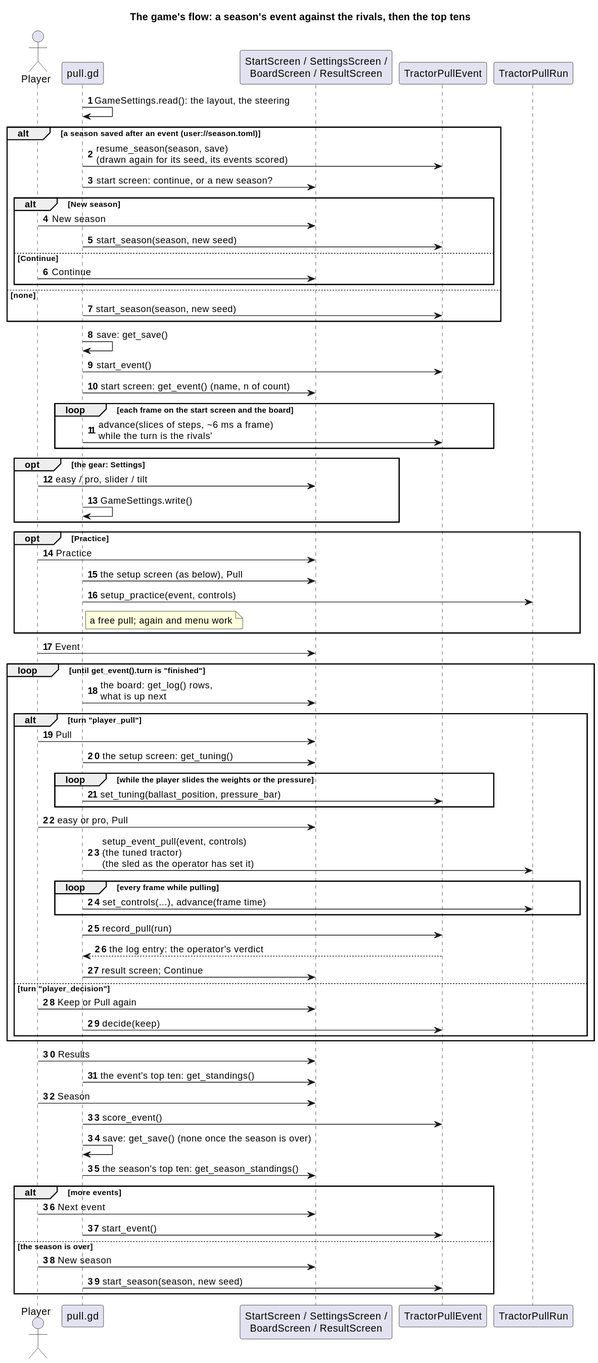
The PlantUML diagram docs/diagrams/svg/godot_run_flow_sequence.svg in wversteeg/TractorPulling, before a commit.
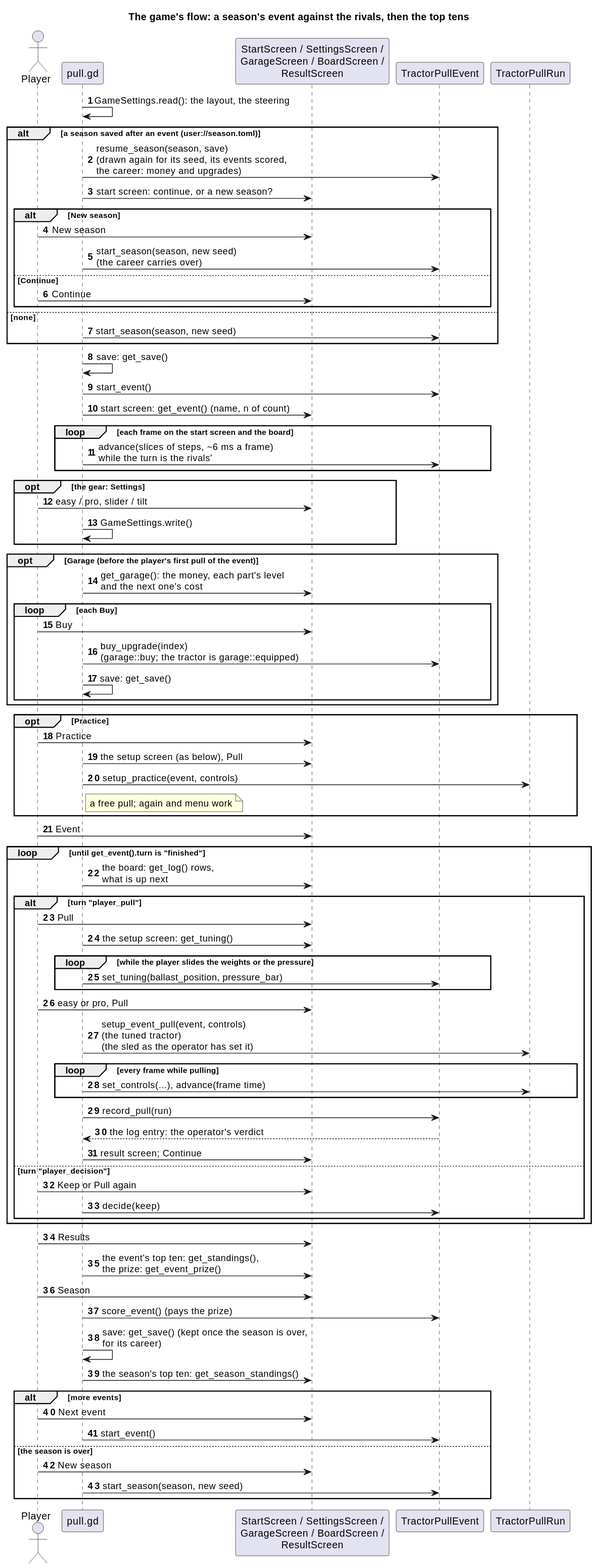
The same file after the commit.

Change to the diagram source:
```diff
@@ -3,17 +3,17 @@
 autonumber
 actor Player
 participant "pull.gd" as Pull
-participant "StartScreen / SettingsScreen /\nBoardScreen / ResultScreen" as Screens
+participant "StartScreen / SettingsScreen /\nGarageScreen / BoardScreen /\nResultScreen" as Screens
 participant "TractorPullEvent" as Event
 participant "TractorPullRun" as Run
 
 Pull -> Pull : GameSettings.read(): the layout, the steering
 alt a season saved after an event (user://season.toml)
-  Pull -> Event : resume_season(season, save)\n(drawn again for its seed, its events scored)
+  Pull -> Event : resume_season(season, save)\n(drawn again for its seed, its events scored,\nthe career: money and upgrades)
   Pull -> Screens : start screen: continue, or a new season?
   alt New season
     Player -> Screens : New season
-    Pull -> Event : start_season(season, new seed)
+    Pull -> Event : start_season(season, new seed)\n(the career carries over)
   else Continue
     Player -> Screens : Continue
   end
@@ -29,6 +29,14 @@
 opt the gear: Settings
   Player -> Screens : easy / pro, slider / tilt
   Pull -> Pull : GameSettings.write()
+end
+opt Garage (before the player's first pull of the event)
+  Pull -> Screens : get_garage(): the money, each part's level\nand the next one's cost
+  loop each Buy
+    Player -> Screens : Buy
+    Pull -> Event : buy_upgrade(index)\n(garage::buy; the tractor is garage::equipped)
+    Pull -> Pull : save: get_save()
+  end
 end
 opt Practice
   Player -> Screens : Practice
@@ -59,10 +67,10 @@
   end
 end
 Player -> Screens : Results
-Pull -> Screens : the event's top ten: get_standings()
+Pull -> Screens : the event's top ten: get_standings(),\nthe prize: get_event_prize()
 Player -> Screens : Season
-Pull -> Event : score_event()
-Pull -> Pull : save: get_save() (none once the season is over)
+Pull -> Event : score_event() (pays the prize)
+Pull -> Pull : save: get_save() (kept once the season is over,\nfor its career)
 Pull -> Screens : the season's top ten: get_season_standings()
 alt more events
   Player -> Screens : Next event
```
